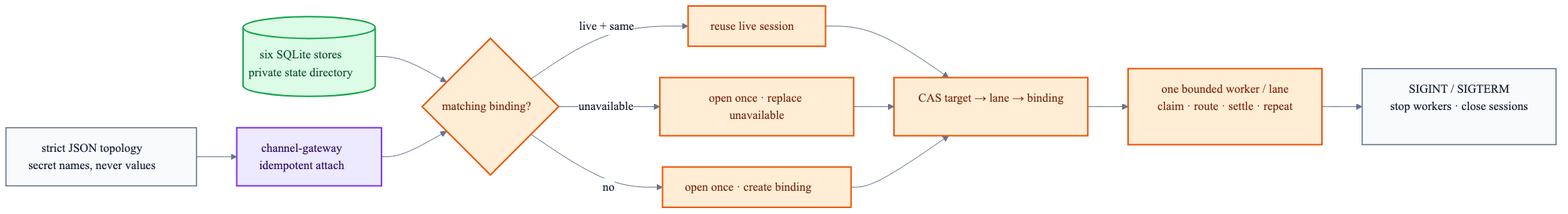
This is v2/docs/runtime-startup-flow.png from fontanierh/crab, a Mermaid export, as it was before one commit. Its source is kept beside it as v2/docs/runtime-startup-flow.mmd.
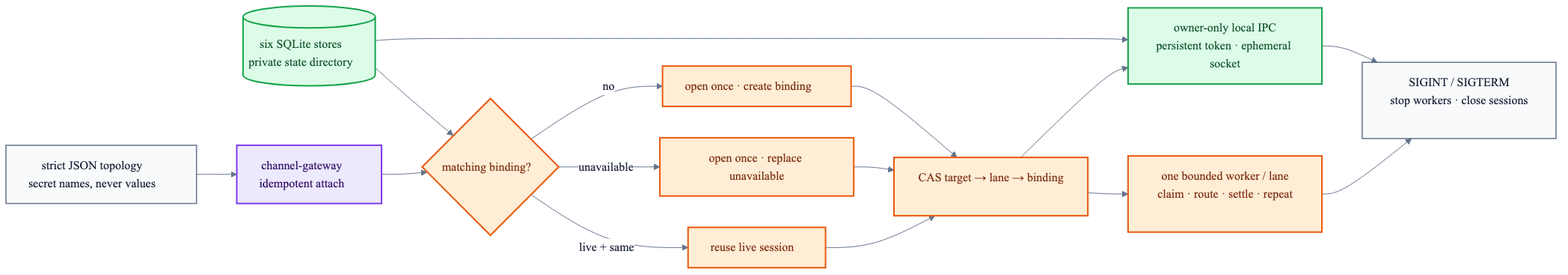
After the commit.

Diff of the diagram source:
```diff
@@ -2,6 +2,7 @@
 flowchart LR
     CONFIG["strict JSON topology<br/>secret names, never values"]
     STATE[("six SQLite stores<br/>private state directory")]
+    IPC["owner-only local IPC<br/>persistent token · ephemeral socket"]
     ATTACH["channel-gateway<br/>idempotent attach"]
     RECOVER{"matching binding?"}
     REUSE["reuse live session"]
@@ -21,13 +22,16 @@
     REBIND --> ROUTE
     BIND --> ROUTE
     ROUTE --> WORKER
+    STATE --> IPC
+    ROUTE --> IPC
     WORKER --> SIGNAL
+    IPC --> SIGNAL
 
     classDef config fill:#f8fafc,stroke:#64748b,stroke-width:1.5px,color:#172033;
     classDef durable fill:#dcfce7,stroke:#16a34a,stroke-width:2px,color:#14532d;
     classDef agent fill:#ede9fe,stroke:#7c3aed,stroke-width:2px,color:#2e1065;
     classDef runtime fill:#ffedd5,stroke:#ea580c,stroke-width:2px,color:#7c2d12;
     class CONFIG,SIGNAL config;
-    class STATE durable;
+    class STATE,IPC durable;
     class ATTACH agent;
     class RECOVER,REUSE,REBIND,BIND,ROUTE,WORKER runtime;
```
